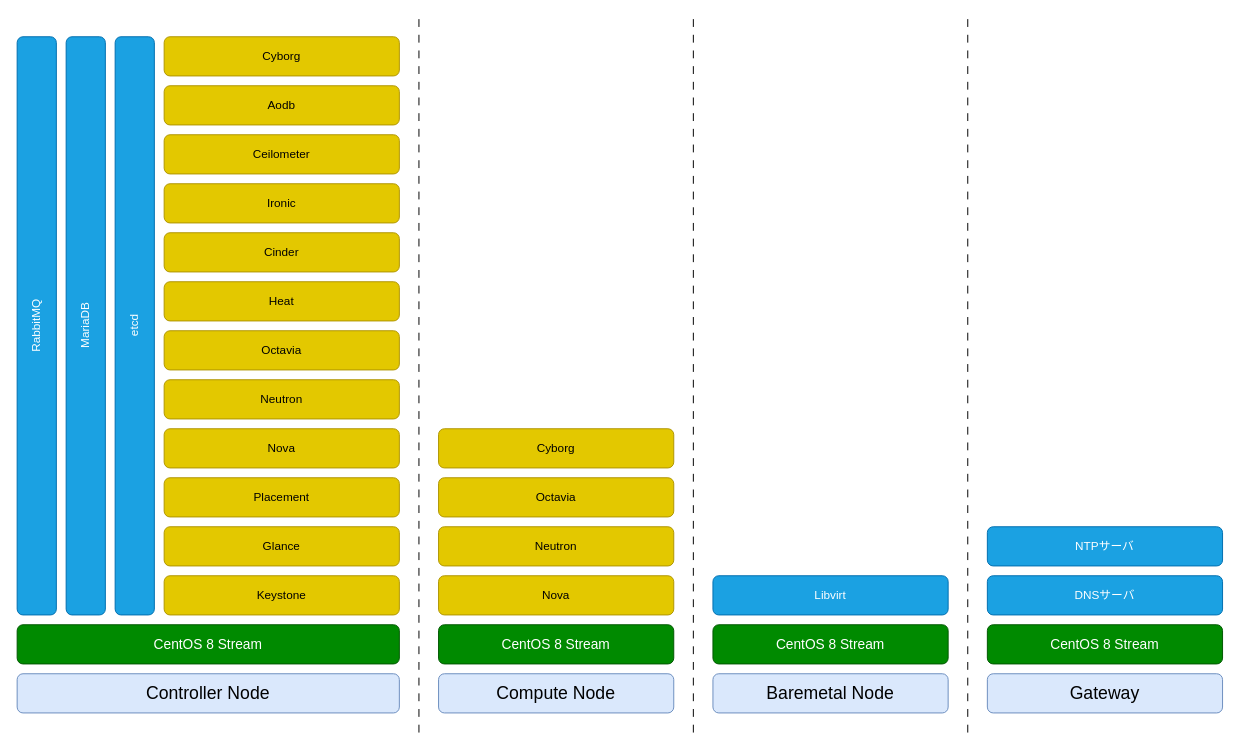
Before: _static/image/software_diagram.drawio in 9506hqwy/openstack_study_notes, a draw.io diagram. Source tidied: cells renumbered, new cells numbered last; positions are measured from the earlier drawing's top-left corner, leaving out a move shared by most shapes. Both pictures are drawn from the tidied source at 98%, with x=0, y=0 at pixel (17, 17).
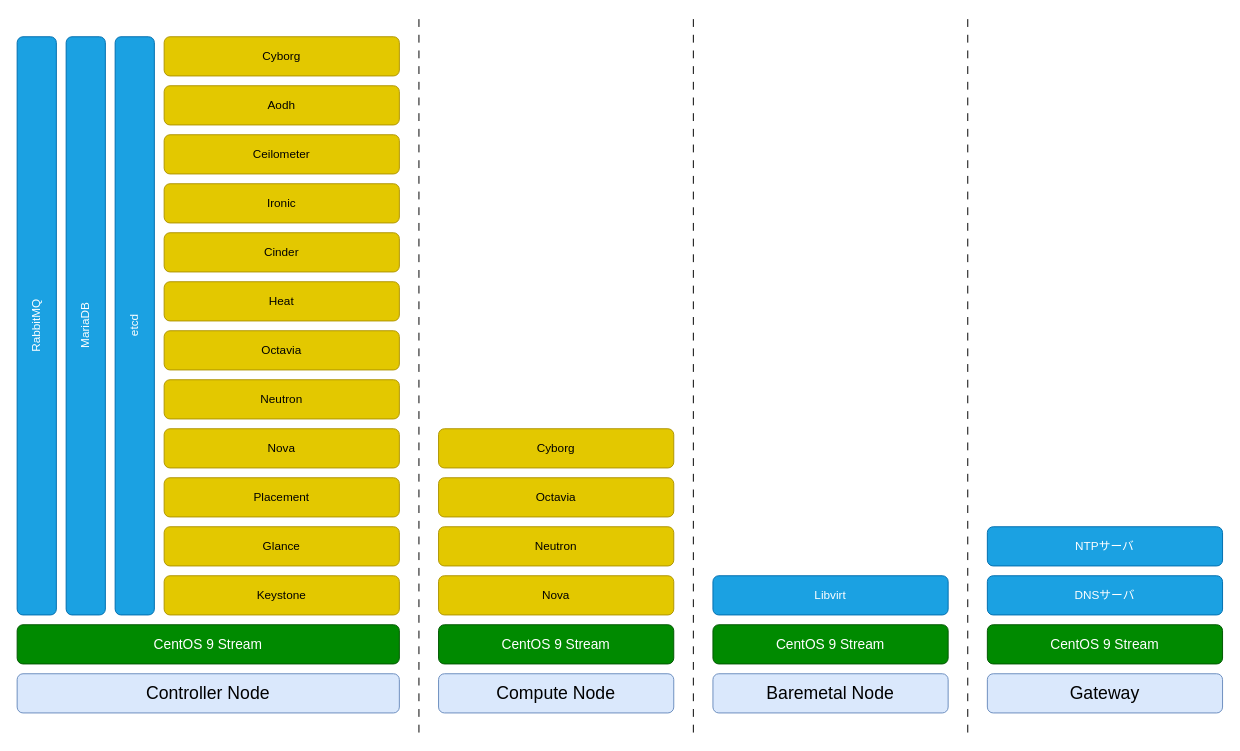
Above is the later version.

Diff of the diagram source:
```diff
@@
-    <mxCell id="5" value="&lt;font style=&quot;font-size: 14px;&quot;&gt;CentOS 8 Stream&lt;/font&gt;" style="rounded=1;whiteSpace=wrap;html=1;fillColor=#008a00;strokeColor=#005700;fontColor=#ffffff;" parent="1" vertex="1">
+    <mxCell id="5" value="&lt;font style=&quot;font-size: 14px;&quot;&gt;CentOS 9 Stream&lt;/font&gt;" style="rounded=1;whiteSpace=wrap;html=1;fillColor=#008a00;strokeColor=#005700;fontColor=#ffffff;" parent="1" vertex="1">
       <mxGeometry x="990" y="620" width="240" height="40" as="geometry" />
     </mxCell>
-    <mxCell id="6" value="&lt;font style=&quot;font-size: 14px;&quot;&gt;CentOS 8 Stream&lt;/font&gt;" style="rounded=1;whiteSpace=wrap;html=1;fillColor=#008a00;strokeColor=#005700;fontColor=#ffffff;" parent="1" vertex="1">
+    <mxCell id="6" value="&lt;font style=&quot;font-size: 14px;&quot;&gt;CentOS 9 Stream&lt;/font&gt;" style="rounded=1;whiteSpace=wrap;html=1;fillColor=#008a00;strokeColor=#005700;fontColor=#ffffff;" parent="1" vertex="1">
       <mxGeometry x="710" y="620" width="240" height="40" as="geometry" />
     </mxCell>
-    <mxCell id="7" value="&lt;font style=&quot;font-size: 14px;&quot;&gt;CentOS 8 Stream&lt;/font&gt;" style="rounded=1;whiteSpace=wrap;html=1;fillColor=#008a00;strokeColor=#005700;fontColor=#ffffff;" parent="1" vertex="1">
+    <mxCell id="7" value="&lt;font style=&quot;font-size: 14px;&quot;&gt;CentOS 9 Stream&lt;/font&gt;" style="rounded=1;whiteSpace=wrap;html=1;fillColor=#008a00;strokeColor=#005700;fontColor=#ffffff;" parent="1" vertex="1">
       <mxGeometry y="620" width="390" height="40" as="geometry" />
     </mxCell>
@@
-    <mxCell id="25" value="&lt;font style=&quot;font-size: 14px;&quot;&gt;CentOS 8 Stream&lt;/font&gt;" style="rounded=1;whiteSpace=wrap;html=1;fillColor=#008a00;strokeColor=#005700;fontColor=#ffffff;" parent="1" vertex="1">
+    <mxCell id="25" value="&lt;font style=&quot;font-size: 14px;&quot;&gt;CentOS 9 Stream&lt;/font&gt;" style="rounded=1;whiteSpace=wrap;html=1;fillColor=#008a00;strokeColor=#005700;fontColor=#ffffff;" parent="1" vertex="1">
       <mxGeometry x="430" y="620" width="240" height="40" as="geometry" />
     </mxCell>
@@
-    <mxCell id="32" value="Aodb" style="rounded=1;whiteSpace=wrap;html=1;fillColor=#e3c800;strokeColor=#B09500;fontColor=#000000;" parent="1" vertex="1">
+    <mxCell id="32" value="Aodh" style="rounded=1;whiteSpace=wrap;html=1;fillColor=#e3c800;strokeColor=#B09500;fontColor=#000000;" parent="1" vertex="1">
       <mxGeometry x="150" y="70" width="240" height="40" as="geometry" />
     </mxCell>
```
